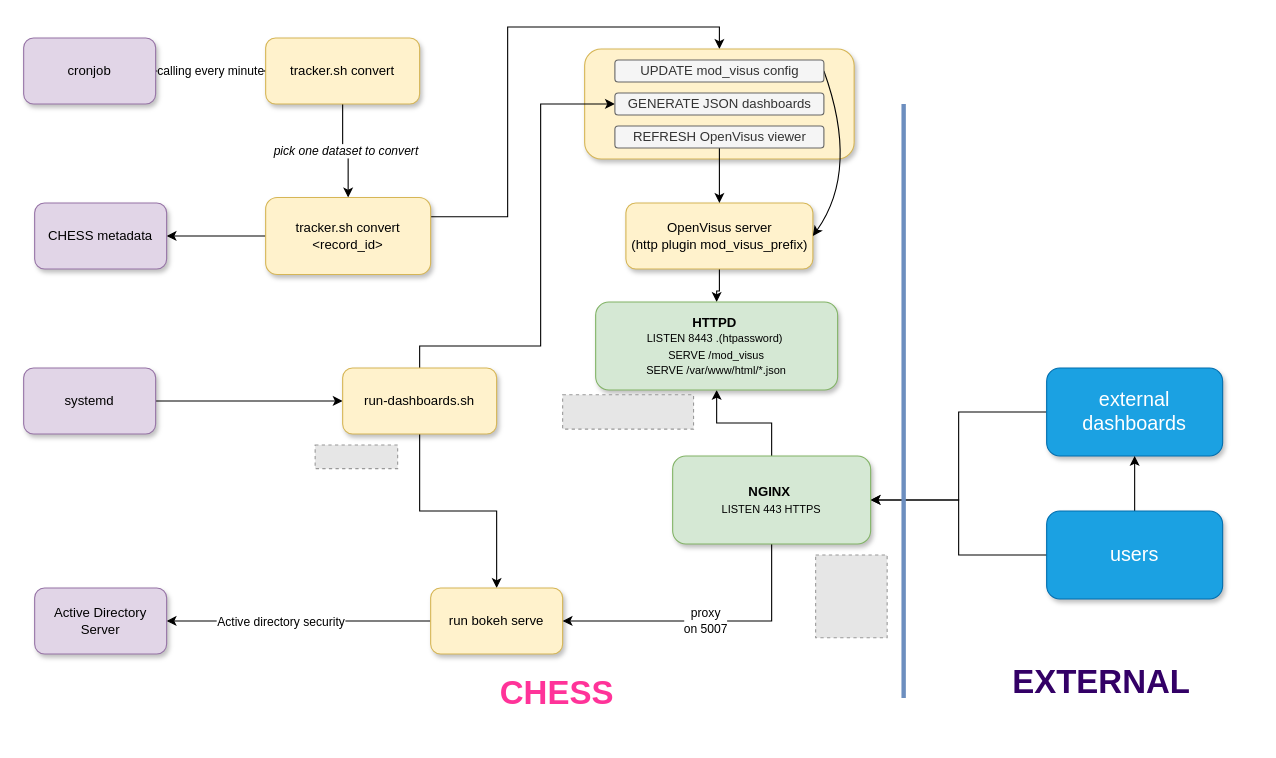
Before: examples/chess/chess-diagram.drawio in sci-visus/openvisuspy, a draw.io diagram. Source tidied: cells renumbered, new cells numbered last; positions are measured from the earlier drawing's top-left corner, leaving out a move shared by most shapes. Both pictures are drawn from the tidied source at 110%, with x=0, y=0 at pixel (23, 37). Pictures stored in the file or linked from it are replaced by grey dashed boxes.
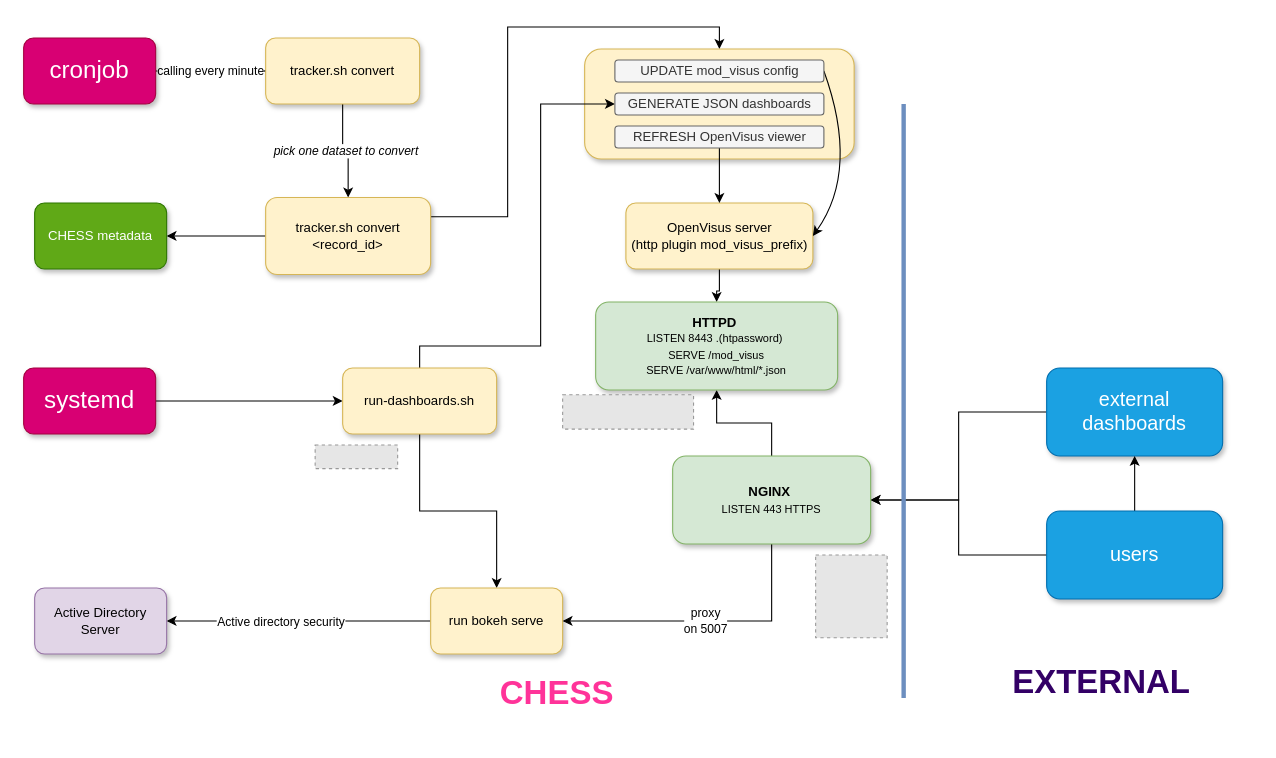
The same page after the edit.

What changed in the source:
```diff
@@
-    <mxCell id="5" value="cronjob" style="rounded=1;whiteSpace=wrap;html=1;fillColor=#e1d5e7;strokeColor=#9673a6;shadow=1;" parent="1" vertex="1">
+    <mxCell id="5" value="cronjob" style="rounded=1;whiteSpace=wrap;html=1;fillColor=#d80073;strokeColor=#A50040;shadow=1;fontColor=#ffffff;fontSize=22;" parent="1" vertex="1">
       <mxGeometry width="120" height="60" as="geometry" />
     </mxCell>
@@
-    <mxCell id="11" value="systemd" style="rounded=1;whiteSpace=wrap;html=1;fillColor=#e1d5e7;strokeColor=#9673a6;shadow=1;" parent="1" vertex="1">
+    <mxCell id="11" value="systemd" style="rounded=1;whiteSpace=wrap;html=1;fillColor=#d80073;strokeColor=#A50040;shadow=1;fontColor=#ffffff;fontSize=22;" parent="1" vertex="1">
       <mxGeometry y="300" width="120" height="60" as="geometry" />
     </mxCell>
@@
-    <mxCell id="31" value="CHESS metadata" style="rounded=1;whiteSpace=wrap;html=1;fillColor=#e1d5e7;strokeColor=#9673a6;shadow=1;" parent="1" vertex="1">
+    <mxCell id="31" value="CHESS metadata" style="rounded=1;whiteSpace=wrap;html=1;fillColor=#60a917;strokeColor=#2D7600;shadow=1;fontColor=#ffffff;" parent="1" vertex="1">
       <mxGeometry x="10" y="150" width="120" height="60" as="geometry" />
     </mxCell>
```
